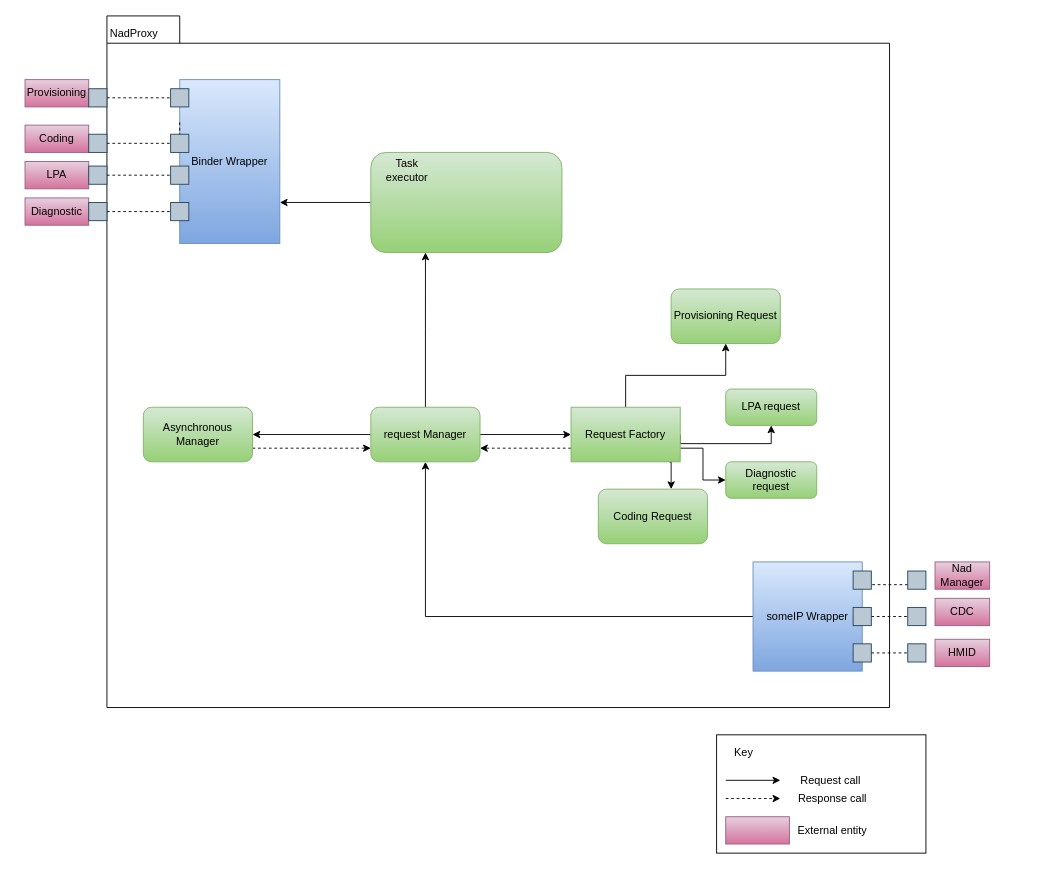
taikt/codefun keeps this draw.io diagram as page "extensibilityoption1" (1 of 5) of doc/SA cert/Design/extensibility.drawio. Above is the earlier version. Source tidied: cells renumbered, new cells numbered last; positions are measured from the earlier drawing's top-left corner, leaving out a move shared by most shapes. Both pictures are drawn from the tidied source at 91%, with x=0, y=0 at pixel (25, 15).
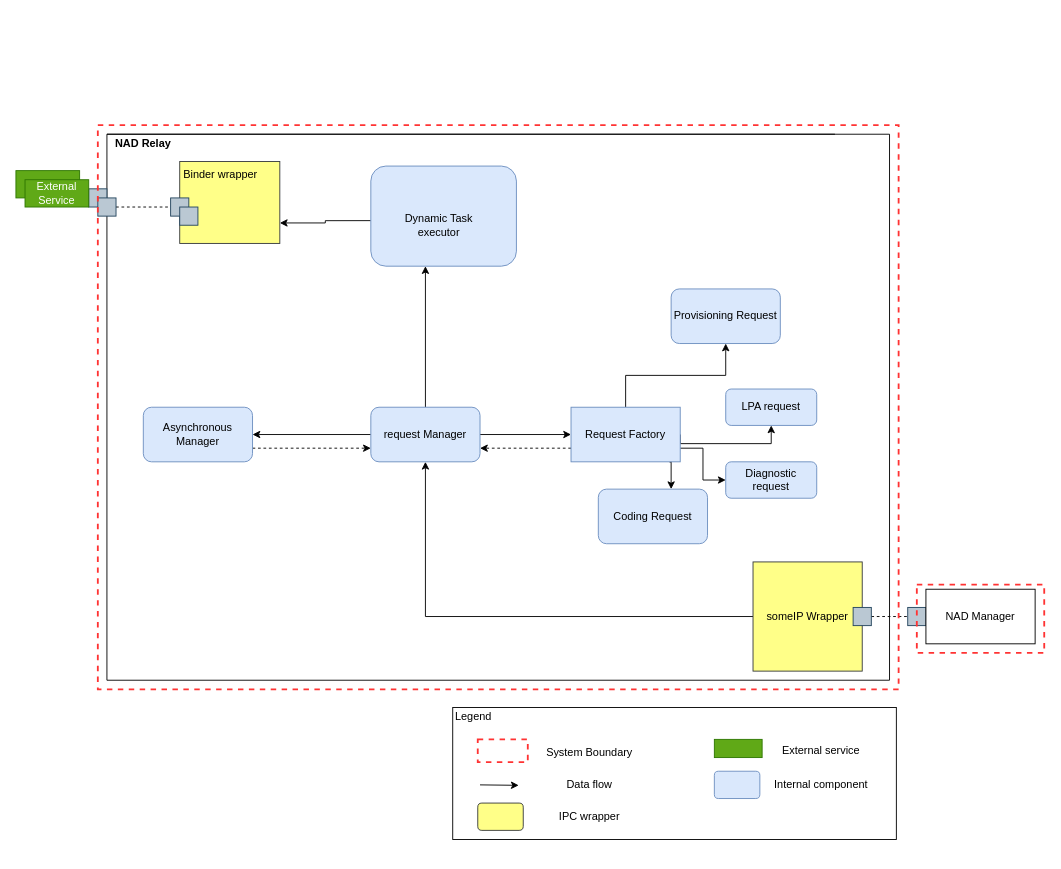
Above is the later version.

Diff of the diagram source:
```diff
@@
-    <mxCell id="2" style="shape=folder;fontStyle=1;tabWidth=80;tabHeight=30;tabPosition=left;html=1;boundedLbl=1;fillColor=none;" parent="1" vertex="1">
-      <mxGeometry x="90" width="860" height="760" as="geometry" />
+    <mxCell id="2" style="shape=folder;fontStyle=1;tabWidth=850;tabHeight=0;tabPosition=left;html=1;boundedLbl=1;fillColor=none;" parent="1" vertex="1">
+      <mxGeometry x="90" y="130" width="860" height="600" as="geometry" />
     </mxCell>
-    <mxCell id="3" value="NadProxy" style="text;html=1;strokeColor=none;fillColor=none;align=center;verticalAlign=middle;whiteSpace=wrap;rounded=0;" parent="1" vertex="1">
-      <mxGeometry x="100" y="10" width="40" height="20" as="geometry" />
+    <mxCell id="3" value="&lt;b&gt;NAD Relay&lt;/b&gt;" style="text;html=1;strokeColor=none;fillColor=none;align=center;verticalAlign=middle;whiteSpace=wrap;rounded=0;" parent="1" vertex="1">
+      <mxGeometry x="80" y="130" width="100" height="20" as="geometry" />
     </mxCell>
@@
-    <mxCell id="5" value="someIP Wrapper" style="rounded=0;whiteSpace=wrap;html=1;fillColor=#dae8fc;gradientColor=#7ea6e0;strokeColor=#6c8ebf;" parent="1" vertex="1">
+    <mxCell id="5" value="someIP Wrapper" style="rounded=0;whiteSpace=wrap;html=1;fillColor=#ffff88;strokeColor=#36393d;" parent="1" vertex="1">
       <mxGeometry x="800" y="600" width="120" height="120" as="geometry" />
     </mxCell>
-    <mxCell id="6" value="Provisioning" style="rounded=0;whiteSpace=wrap;html=1;fillColor=#e6d0de;strokeColor=#996185;gradientColor=#d5739d;" parent="1" vertex="1">
-      <mxGeometry y="70" width="70" height="30" as="geometry" />
-    </mxCell>
-    <mxCell id="7" value="Nad Manager" style="rounded=0;whiteSpace=wrap;html=1;fillColor=#e6d0de;strokeColor=#996185;gradientColor=#d5739d;" parent="1" vertex="1">
-      <mxGeometry x="1000" y="600" width="60" height="30" as="geometry" />
-    </mxCell>
@@
-    <mxCell id="10" style="edgeStyle=orthogonalEdgeStyle;rounded=0;jettySize=auto;html=1;entryX=0.286;entryY=1;entryDx=0;entryDy=0;entryPerimeter=0;endArrow=classic;endFill=1;strokeColor=#000000;" parent="1" edge="1" source="11" target="21">
+    <mxCell id="10" style="edgeStyle=orthogonalEdgeStyle;rounded=0;jettySize=auto;html=1;entryX=0.375;entryY=1;entryDx=0;entryDy=0;entryPerimeter=0;endArrow=classic;endFill=1;strokeColor=#000000;" parent="1" edge="1" source="11" target="21">
       <mxGeometry relative="1" as="geometry" />
     </mxCell>
-    <mxCell id="11" value="request Manager" style="rounded=1;whiteSpace=wrap;html=1;fillColor=#d5e8d4;gradientColor=#97d077;strokeColor=#82b366;" parent="1" vertex="1">
+    <mxCell id="11" value="request Manager" style="rounded=1;whiteSpace=wrap;html=1;fillColor=#dae8fc;strokeColor=#6c8ebf;" parent="1" vertex="1">
       <mxGeometry x="380" y="430" width="120" height="60" as="geometry" />
     </mxCell>
@@
-    <mxCell id="17" value="Request Factory" style="rounded=0;whiteSpace=wrap;html=1;fillColor=#d5e8d4;gradientColor=#97d077;strokeColor=#82b366;" parent="1" vertex="1">
+    <mxCell id="17" value="Request Factory" style="rounded=0;whiteSpace=wrap;html=1;fillColor=#dae8fc;strokeColor=#6c8ebf;" parent="1" vertex="1">
       <mxGeometry x="600" y="430" width="120" height="60" as="geometry" />
     </mxCell>
-    <mxCell id="18" value="Provisioning Request" style="rounded=1;whiteSpace=wrap;html=1;fillColor=#d5e8d4;gradientColor=#97d077;strokeColor=#82b366;" parent="1" vertex="1">
+    <mxCell id="18" value="Provisioning Request" style="rounded=1;whiteSpace=wrap;html=1;fillColor=#dae8fc;strokeColor=#6c8ebf;" parent="1" vertex="1">
       <mxGeometry x="710" y="300" width="120" height="60" as="geometry" />
     </mxCell>
-    <mxCell id="19" value="Coding Request" style="rounded=1;whiteSpace=wrap;html=1;fillColor=#d5e8d4;gradientColor=#97d077;strokeColor=#82b366;" parent="1" vertex="1">
+    <mxCell id="19" value="Coding Request" style="rounded=1;whiteSpace=wrap;html=1;fillColor=#dae8fc;strokeColor=#6c8ebf;" parent="1" vertex="1">
       <mxGeometry x="630" y="520" width="120" height="60" as="geometry" />
     </mxCell>
-    <mxCell id="20" style="edgeStyle=orthogonalEdgeStyle;rounded=0;jettySize=auto;html=1;exitX=0;exitY=0.5;exitDx=0;exitDy=0;entryX=1;entryY=0.75;entryDx=0;entryDy=0;endArrow=classic;endFill=1;strokeColor=#000000;" parent="1" edge="1" source="21" target="24">
+    <mxCell id="20" style="edgeStyle=orthogonalEdgeStyle;rounded=0;jettySize=auto;html=1;exitX=0;exitY=0.545;exitDx=0;exitDy=0;entryX=1;entryY=0.75;entryDx=0;entryDy=0;endArrow=classic;endFill=1;strokeColor=#000000;exitPerimeter=0;" parent="1" edge="1" source="21" target="24">
       <mxGeometry relative="1" as="geometry" />
     </mxCell>
-    <mxCell id="21" style="rounded=1;whiteSpace=wrap;html=1;gradientColor=#97d077;fillColor=#d5e8d4;strokeColor=#82b366;" parent="1" vertex="1">
-      <mxGeometry x="380" y="150" width="210" height="110" as="geometry" />
+    <mxCell id="21" style="rounded=1;whiteSpace=wrap;html=1;fillColor=#dae8fc;strokeColor=#6c8ebf;" parent="1" vertex="1">
+      <mxGeometry x="380" y="165" width="160" height="110" as="geometry" />
     </mxCell>
-    <mxCell id="22" value="Coding" style="rounded=0;whiteSpace=wrap;html=1;fillColor=#e6d0de;strokeColor=#996185;gradientColor=#d5739d;" parent="1" vertex="1">
-      <mxGeometry y="120" width="70" height="30" as="geometry" />
+    <mxCell id="22" style="rounded=0;whiteSpace=wrap;html=1;fillColor=#60a917;strokeColor=#2D7600;fontColor=#ffffff;" parent="1" vertex="1">
+      <mxGeometry x="-10" y="170" width="70" height="30" as="geometry" />
     </mxCell>
-    <mxCell id="23" value="LPA" style="rounded=0;whiteSpace=wrap;html=1;fillColor=#e6d0de;strokeColor=#996185;gradientColor=#d5739d;" parent="1" vertex="1">
-      <mxGeometry y="160" width="70" height="30" as="geometry" />
-    </mxCell>
-    <mxCell id="24" value="Binder Wrapper" style="rounded=0;whiteSpace=wrap;html=1;fillColor=#dae8fc;gradientColor=#7ea6e0;strokeColor=#6c8ebf;" parent="1" vertex="1">
-      <mxGeometry x="170" y="70" width="110" height="180" as="geometry" />
+    <mxCell id="24" style="rounded=0;whiteSpace=wrap;html=1;fillColor=#ffff88;strokeColor=#36393d;" parent="1" vertex="1">
+      <mxGeometry x="170" y="160" width="110" height="90" as="geometry" />
     </mxCell>
@@
-    <mxCell id="26" value="Asynchronous Manager" style="rounded=1;whiteSpace=wrap;html=1;fillColor=#d5e8d4;gradientColor=#97d077;strokeColor=#82b366;" parent="1" vertex="1">
+    <mxCell id="26" value="Asynchronous Manager" style="rounded=1;whiteSpace=wrap;html=1;fillColor=#dae8fc;strokeColor=#6c8ebf;" parent="1" vertex="1">
       <mxGeometry x="130" y="430" width="120" height="60" as="geometry" />
     </mxCell>
-    <mxCell id="27" value="LPA request" style="rounded=1;whiteSpace=wrap;html=1;fillColor=#d5e8d4;gradientColor=#97d077;strokeColor=#82b366;" parent="1" vertex="1">
+    <mxCell id="27" value="LPA request" style="rounded=1;whiteSpace=wrap;html=1;fillColor=#dae8fc;strokeColor=#6c8ebf;" parent="1" vertex="1">
       <mxGeometry x="770" y="410" width="100" height="40" as="geometry" />
     </mxCell>
-    <mxCell id="28" value="Diagnostic" style="rounded=0;whiteSpace=wrap;html=1;fillColor=#e6d0de;strokeColor=#996185;gradientColor=#d5739d;" parent="1" vertex="1">
-      <mxGeometry y="200" width="70" height="30" as="geometry" />
-    </mxCell>
-    <mxCell id="29" value="Diagnostic request" style="rounded=1;whiteSpace=wrap;html=1;fillColor=#d5e8d4;gradientColor=#97d077;strokeColor=#82b366;" parent="1" vertex="1">
+    <mxCell id="29" value="Diagnostic request" style="rounded=1;whiteSpace=wrap;html=1;fillColor=#dae8fc;strokeColor=#6c8ebf;" parent="1" vertex="1">
       <mxGeometry x="770" y="490" width="100" height="40" as="geometry" />
     </mxCell>
-    <mxCell id="30" value="Task executor" style="text;html=1;strokeColor=none;fillColor=none;align=center;verticalAlign=middle;whiteSpace=wrap;rounded=0;" parent="1" vertex="1">
-      <mxGeometry x="400" y="160" width="40" height="20" as="geometry" />
+    <mxCell id="30" value="Dynamic Task executor" style="text;html=1;strokeColor=none;fillColor=none;align=center;verticalAlign=middle;whiteSpace=wrap;rounded=0;" parent="1" vertex="1">
+      <mxGeometry x="400" y="220" width="110" height="20" as="geometry" />
     </mxCell>
-    <mxCell id="31" style="rounded=0;whiteSpace=wrap;html=1;fillColor=none;gradientColor=none;" parent="1" vertex="1">
-      <mxGeometry x="760" y="790" width="230" height="130" as="geometry" />
-    </mxCell>
-    <mxCell id="32" value="Key" style="text;html=1;strokeColor=none;fillColor=none;align=center;verticalAlign=middle;whiteSpace=wrap;rounded=0;" parent="1" vertex="1">
-      <mxGeometry x="770" y="800" width="40" height="20" as="geometry" />
-    </mxCell>
-    <mxCell id="33" style="endArrow=classic;html=1;rounded=0;" parent="1" edge="1">
-      <mxGeometry relative="1" as="geometry">
-        <mxPoint x="770" y="840" as="sourcePoint" />
-        <mxPoint x="830" y="840" as="targetPoint" />
-      </mxGeometry>
-    </mxCell>
-    <mxCell id="34" value="Request call" style="text;html=1;strokeColor=none;fillColor=none;align=center;verticalAlign=middle;whiteSpace=wrap;rounded=0;" parent="1" vertex="1">
-      <mxGeometry x="843" y="830" width="85" height="20" as="geometry" />
-    </mxCell>
-    <mxCell id="35" style="endArrow=classic;html=1;dashed=1;" parent="1" edge="1">
-      <mxGeometry relative="1" as="geometry">
-        <mxPoint x="770" y="860" as="sourcePoint" />
-        <mxPoint x="830" y="860" as="targetPoint" />
-      </mxGeometry>
-    </mxCell>
-    <mxCell id="36" value="Response call" style="text;html=1;strokeColor=none;fillColor=none;align=center;verticalAlign=middle;whiteSpace=wrap;rounded=0;" parent="1" vertex="1">
-      <mxGeometry x="845" y="850" width="85" height="20" as="geometry" />
-    </mxCell>
-    <mxCell id="37" style="rounded=0;whiteSpace=wrap;html=1;fillColor=#e6d0de;strokeColor=#996185;gradientColor=#d5739d;" parent="1" vertex="1">
-      <mxGeometry x="770" y="880" width="70" height="30" as="geometry" />
-    </mxCell>
-    <mxCell id="38" value="External entity" style="text;html=1;strokeColor=none;fillColor=none;align=center;verticalAlign=middle;whiteSpace=wrap;rounded=0;" parent="1" vertex="1">
-      <mxGeometry x="845" y="885" width="85" height="20" as="geometry" />
-    </mxCell>
-    <mxCell id="39" style="whiteSpace=wrap;html=1;fillColor=#bac8d3;strokeColor=#23445d;" parent="1" vertex="1">
-      <mxGeometry x="910" y="610" width="20" height="20" as="geometry" />
-    </mxCell>
-    <mxCell id="40" style="edgeStyle=orthogonalEdgeStyle;rounded=0;jettySize=auto;html=1;exitX=0;exitY=0.75;exitDx=0;exitDy=0;entryX=1;entryY=0.75;entryDx=0;entryDy=0;strokeColor=#000000;dashed=1;endArrow=none;endFill=0;" parent="1" edge="1" source="41" target="39">
-      <mxGeometry relative="1" as="geometry" />
-    </mxCell>
-    <mxCell id="41" style="whiteSpace=wrap;html=1;fillColor=#bac8d3;strokeColor=#23445d;" parent="1" vertex="1">
-      <mxGeometry x="970" y="610" width="20" height="20" as="geometry" />
-    </mxCell>
@@
-    <mxCell id="45" style="edgeStyle=orthogonalEdgeStyle;rounded=0;jettySize=auto;html=1;exitX=1;exitY=0.5;exitDx=0;exitDy=0;entryX=0;entryY=0.5;entryDx=0;entryDy=0;dashed=1;endArrow=none;endFill=0;strokeColor=#000000;" parent="1" edge="1" source="46" target="47">
-      <mxGeometry relative="1" as="geometry" />
-    </mxCell>
-    <mxCell id="46" style="whiteSpace=wrap;html=1;fillColor=#bac8d3;strokeColor=#23445d;" parent="1" vertex="1">
-      <mxGeometry x="70" y="80" width="20" height="20" as="geometry" />
-    </mxCell>
-    <mxCell id="47" style="whiteSpace=wrap;html=1;fillColor=#bac8d3;strokeColor=#23445d;" parent="1" vertex="1">
-      <mxGeometry x="160" y="80" width="20" height="20" as="geometry" />
-    </mxCell>
-    <mxCell id="48" style="edgeStyle=orthogonalEdgeStyle;rounded=0;jettySize=auto;html=1;exitX=1;exitY=0.5;exitDx=0;exitDy=0;entryX=0;entryY=0.5;entryDx=0;entryDy=0;dashed=1;endArrow=none;endFill=0;strokeColor=#000000;" parent="1" edge="1" source="49" target="51">
+    <mxCell id="48" style="edgeStyle=orthogonalEdgeStyle;rounded=0;jettySize=auto;html=1;exitX=1;exitY=0.5;exitDx=0;exitDy=0;entryX=0;entryY=0.5;entryDx=0;entryDy=0;dashed=1;endArrow=none;endFill=0;strokeColor=#000000;" parent="1" edge="1" source="64" target="51">
       <mxGeometry relative="1" as="geometry" />
     </mxCell>
     <mxCell id="49" style="whiteSpace=wrap;html=1;fillColor=#bac8d3;strokeColor=#23445d;" parent="1" vertex="1">
-      <mxGeometry x="70" y="130" width="20" height="20" as="geometry" />
+      <mxGeometry x="70" y="190" width="20" height="20" as="geometry" />
     </mxCell>
-    <mxCell id="50" style="edgeStyle=orthogonalEdgeStyle;rounded=0;jettySize=auto;html=1;exitX=0.5;exitY=1;exitDx=0;exitDy=0;entryX=0;entryY=0.25;entryDx=0;entryDy=0;dashed=1;endArrow=none;endFill=0;strokeColor=#000000;" parent="1" edge="1" source="51" target="24">
-      <mxGeometry relative="1" as="geometry" />
-    </mxCell>
     <mxCell id="51" style="whiteSpace=wrap;html=1;fillColor=#bac8d3;strokeColor=#23445d;" parent="1" vertex="1">
-      <mxGeometry x="160" y="130" width="20" height="20" as="geometry" />
+      <mxGeometry x="160" y="200" width="20" height="20" as="geometry" />
     </mxCell>
-    <mxCell id="52" style="edgeStyle=orthogonalEdgeStyle;rounded=0;jettySize=auto;html=1;exitX=1;exitY=0.5;exitDx=0;exitDy=0;entryX=0;entryY=0.5;entryDx=0;entryDy=0;dashed=1;endArrow=none;endFill=0;strokeColor=#000000;" parent="1" edge="1" source="53" target="54">
-      <mxGeometry relative="1" as="geometry" />
-    </mxCell>
-    <mxCell id="53" style="whiteSpace=wrap;html=1;fillColor=#bac8d3;strokeColor=#23445d;" parent="1" vertex="1">
-      <mxGeometry x="70" y="165" width="20" height="20" as="geometry" />
-    </mxCell>
-    <mxCell id="54" style="whiteSpace=wrap;html=1;fillColor=#bac8d3;strokeColor=#23445d;" parent="1" vertex="1">
-      <mxGeometry x="160" y="165" width="20" height="20" as="geometry" />
-    </mxCell>
-    <mxCell id="55" style="edgeStyle=orthogonalEdgeStyle;rounded=0;jettySize=auto;html=1;exitX=1;exitY=0.5;exitDx=0;exitDy=0;entryX=0;entryY=0.5;entryDx=0;entryDy=0;dashed=1;endArrow=none;endFill=0;strokeColor=#000000;" parent="1" edge="1" source="56" target="57">
-      <mxGeometry relative="1" as="geometry" />
-    </mxCell>
-    <mxCell id="56" style="whiteSpace=wrap;html=1;fillColor=#bac8d3;strokeColor=#23445d;" parent="1" vertex="1">
-      <mxGeometry x="70" y="205" width="20" height="20" as="geometry" />
-    </mxCell>
-    <mxCell id="57" style="whiteSpace=wrap;html=1;fillColor=#bac8d3;strokeColor=#23445d;" parent="1" vertex="1">
-      <mxGeometry x="160" y="205" width="20" height="20" as="geometry" />
-    </mxCell>
-    <mxCell id="58" style="edgeStyle=orthogonalEdgeStyle;rounded=0;jettySize=auto;html=1;exitX=1;exitY=0.5;exitDx=0;exitDy=0;dashed=1;endArrow=none;endFill=0;strokeColor=#000000;" parent="1" edge="1" source="59" target="60">
-      <mxGeometry relative="1" as="geometry" />
-    </mxCell>
-    <mxCell id="59" style="whiteSpace=wrap;html=1;fillColor=#bac8d3;strokeColor=#23445d;" parent="1" vertex="1">
-      <mxGeometry x="910" y="690" width="20" height="20" as="geometry" />
-    </mxCell>
-    <mxCell id="60" style="whiteSpace=wrap;html=1;fillColor=#bac8d3;strokeColor=#23445d;" parent="1" vertex="1">
-      <mxGeometry x="970" y="690" width="20" height="20" as="geometry" />
-    </mxCell>
-    <mxCell id="61" value="CDC" style="rounded=0;whiteSpace=wrap;html=1;fillColor=#e6d0de;strokeColor=#996185;gradientColor=#d5739d;" parent="1" vertex="1">
-      <mxGeometry x="1000" y="640" width="60" height="30" as="geometry" />
-    </mxCell>
-    <mxCell id="62" value="HMID" style="rounded=0;whiteSpace=wrap;html=1;fillColor=#e6d0de;strokeColor=#996185;gradientColor=#d5739d;" parent="1" vertex="1">
-      <mxGeometry x="1000" y="685" width="60" height="30" as="geometry" />
-    </mxCell>
+    <mxCell id="63" value="External Service" style="rounded=0;whiteSpace=wrap;html=1;fillColor=#60a917;strokeColor=#2D7600;fontColor=#ffffff;" parent="1" vertex="1">
+      <mxGeometry y="180" width="70" height="30" as="geometry" />
+    </mxCell>
+    <mxCell id="64" style="whiteSpace=wrap;html=1;fillColor=#bac8d3;strokeColor=#23445d;" parent="1" vertex="1">
+      <mxGeometry x="80" y="200" width="20" height="20" as="geometry" />
+    </mxCell>
+    <mxCell id="65" style="whiteSpace=wrap;html=1;fillColor=#bac8d3;strokeColor=#23445d;" parent="1" vertex="1">
+      <mxGeometry x="170" y="210" width="20" height="20" as="geometry" />
+    </mxCell>
+    <mxCell id="66" value="Binder wrapper" style="text;html=1;strokeColor=none;fillColor=none;align=center;verticalAlign=middle;whiteSpace=wrap;rounded=0;" parent="1" vertex="1">
+      <mxGeometry x="170" y="160" width="90" height="30" as="geometry" />
+    </mxCell>
+    <mxCell id="67" value="NAD Manager" style="rounded=0;whiteSpace=wrap;html=1;" parent="1" vertex="1">
+      <mxGeometry x="990" y="630" width="120" height="60" as="geometry" />
+    </mxCell>
+    <mxCell id="68" style="rounded=0;whiteSpace=wrap;html=1;" parent="1" vertex="1">
+      <mxGeometry x="470" y="760" width="487.5" height="145" as="geometry" />
+    </mxCell>
+    <mxCell id="69" value="Legend" style="text;html=1;strokeColor=none;fillColor=none;align=center;verticalAlign=middle;whiteSpace=wrap;rounded=0;" parent="1" vertex="1">
+      <mxGeometry x="457.5" y="760" width="70" height="20" as="geometry" />
+    </mxCell>
+    <mxCell id="70" style="endArrow=classic;html=1;rounded=0;" parent="1" edge="1">
+      <mxGeometry relative="1" as="geometry">
+        <mxPoint x="500" y="845" as="sourcePoint" />
+        <mxPoint x="542.5" y="845.5" as="targetPoint" />
+      </mxGeometry>
+    </mxCell>
+    <mxCell id="71" value="System Boundary" style="text;html=1;strokeColor=none;fillColor=none;align=center;verticalAlign=middle;whiteSpace=wrap;rounded=0;" parent="1" vertex="1">
+      <mxGeometry x="567.5" y="795" width="105" height="30" as="geometry" />
+    </mxCell>
+    <mxCell id="72" value="Data flow" style="text;html=1;strokeColor=none;fillColor=none;align=center;verticalAlign=middle;whiteSpace=wrap;rounded=0;" parent="1" vertex="1">
+      <mxGeometry x="567.5" y="830" width="105" height="30" as="geometry" />
+    </mxCell>
+    <mxCell id="73" style="rounded=1;whiteSpace=wrap;html=1;fillColor=#ffff88;strokeColor=#36393d;" parent="1" vertex="1">
+      <mxGeometry x="497.5" y="865" width="50" height="30" as="geometry" />
+    </mxCell>
+    <mxCell id="74" value="IPC wrapper" style="text;html=1;strokeColor=none;fillColor=none;align=center;verticalAlign=middle;whiteSpace=wrap;rounded=0;" parent="1" vertex="1">
+      <mxGeometry x="537.5" y="865" width="165" height="30" as="geometry" />
+    </mxCell>
+    <mxCell id="75" style="rounded=0;whiteSpace=wrap;html=1;fillColor=#60a917;strokeColor=#2D7600;fontColor=#ffffff;" parent="1" vertex="1">
+      <mxGeometry x="757.5" y="795" width="52.5" height="20" as="geometry" />
+    </mxCell>
+    <mxCell id="76" value="External service" style="text;html=1;strokeColor=none;fillColor=none;align=center;verticalAlign=middle;whiteSpace=wrap;rounded=0;" parent="1" vertex="1">
+      <mxGeometry x="800" y="792.5" width="150" height="30" as="geometry" />
+    </mxCell>
+    <mxCell id="77" style="rounded=0;whiteSpace=wrap;html=1;fillColor=none;gradientColor=#ffffff;dashed=1;strokeWidth=2;strokeColor=#FF3333;" parent="1" vertex="1">
+      <mxGeometry x="497.5" y="795" width="55" height="25" as="geometry" />
+    </mxCell>
+    <mxCell id="78" style="rounded=0;whiteSpace=wrap;html=1;fillColor=none;gradientColor=#ffffff;dashed=1;strokeWidth=2;strokeColor=#FF3333;" parent="1" vertex="1">
+      <mxGeometry x="80" y="120" width="880" height="620" as="geometry" />
+    </mxCell>
+    <mxCell id="79" style="rounded=0;whiteSpace=wrap;html=1;fillColor=none;gradientColor=#ffffff;dashed=1;strokeWidth=2;strokeColor=#FF3333;" parent="1" vertex="1">
+      <mxGeometry x="980" y="625" width="140" height="75" as="geometry" />
+    </mxCell>
+    <mxCell id="80" style="rounded=1;whiteSpace=wrap;html=1;fillColor=#dae8fc;strokeColor=#6c8ebf;" parent="1" vertex="1">
+      <mxGeometry x="757.5" y="830" width="50" height="30" as="geometry" />
+    </mxCell>
+    <mxCell id="81" value="Internal component" style="text;html=1;strokeColor=none;fillColor=none;align=center;verticalAlign=middle;whiteSpace=wrap;rounded=0;" parent="1" vertex="1">
+      <mxGeometry x="800" y="830" width="150" height="30" as="geometry" />
+    </mxCell>
```
